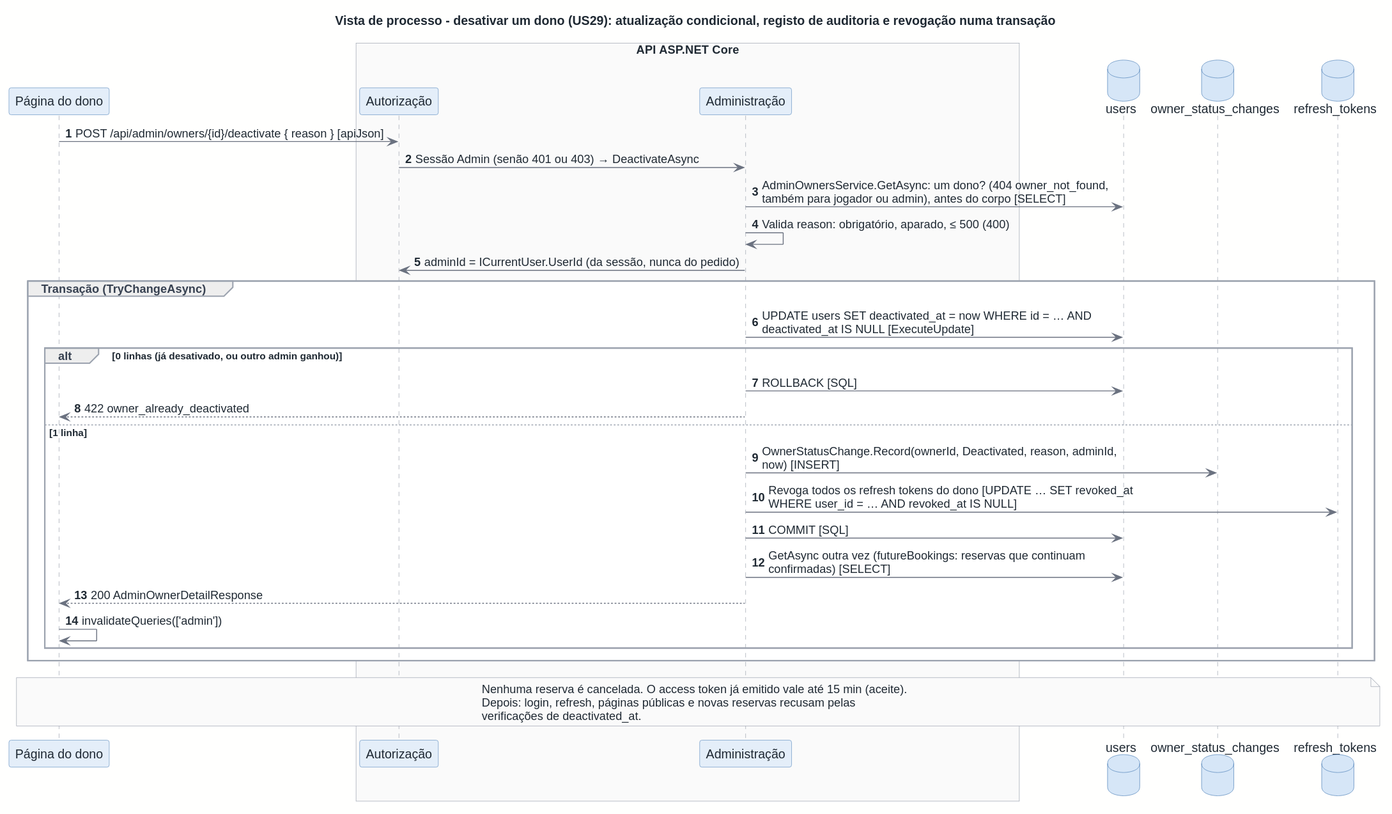
Earlier version of the PlantUML export docs/architecture/out/process-owner-deactivation.svg (rodrigo4sousa/SportsEstablishments).
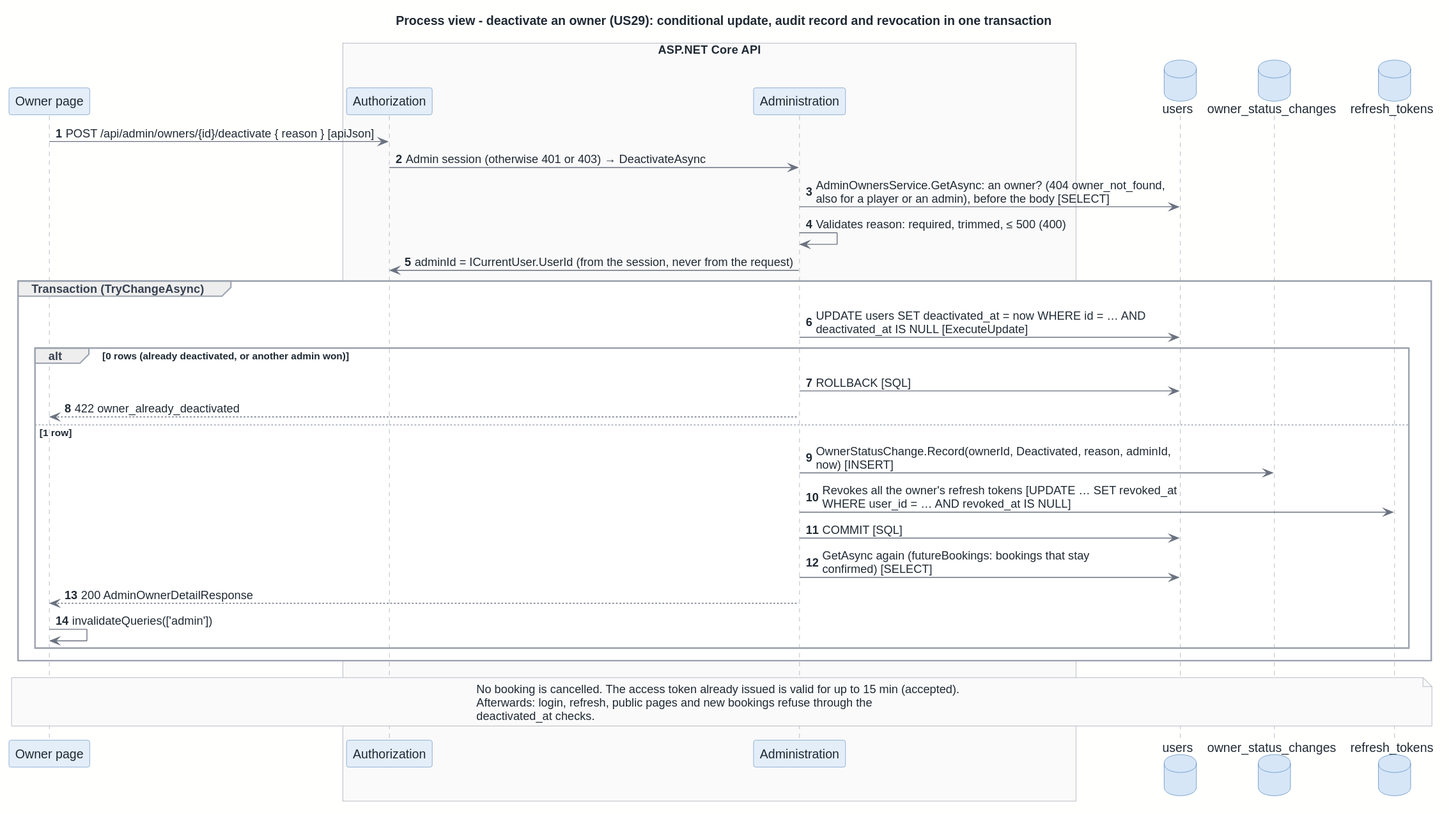
Above is the later version.

The edit, as a diff of the source:
```diff
@@ -1,36 +1,36 @@
 @startuml
 !include ../style.puml
 
-title Vista de processo - desativar um dono (US29): atualização condicional, registo de auditoria e revogação numa transação
+title Process view - deactivate an owner (US29): conditional update, audit record and revocation in one transaction
 autonumber
 
-participant "Página do dono" as WEB_F_ADMIN
-box "API ASP.NET Core"
-  participant "Autorização" as CC_AUTHZ
-  participant "Administração" as API_ADMIN
+participant "Owner page" as WEB_F_ADMIN
+box "ASP.NET Core API"
+  participant "Authorization" as CC_AUTHZ
+  participant "Administration" as API_ADMIN
 end box
 database "users" as DB_USERS
 database "owner_status_changes" as DB_STATUSCHG
 database "refresh_tokens" as DB_REFRESH
 
 WEB_F_ADMIN -> CC_AUTHZ : POST /api/admin/owners/{id}/deactivate { reason } [apiJson]
-CC_AUTHZ -> API_ADMIN : Sessão Admin (senão 401 ou 403) → DeactivateAsync
-API_ADMIN -> DB_USERS : AdminOwnersService.GetAsync: um dono? (404 owner_not_found,\ntambém para jogador ou admin), antes do corpo [SELECT]
-API_ADMIN -> API_ADMIN : Valida reason: obrigatório, aparado, ≤ 500 (400)
-API_ADMIN -> CC_AUTHZ : adminId = ICurrentUser.UserId (da sessão, nunca do pedido)
-group Transação (TryChangeAsync)
+CC_AUTHZ -> API_ADMIN : Admin session (otherwise 401 or 403) → DeactivateAsync
+API_ADMIN -> DB_USERS : AdminOwnersService.GetAsync: an owner? (404 owner_not_found,\nalso for a player or an admin), before the body [SELECT]
+API_ADMIN -> API_ADMIN : Validates reason: required, trimmed, ≤ 500 (400)
+API_ADMIN -> CC_AUTHZ : adminId = ICurrentUser.UserId (from the session, never from the request)
+group Transaction (TryChangeAsync)
   API_ADMIN -> DB_USERS : UPDATE users SET deactivated_at = now WHERE id = … AND\ndeactivated_at IS NULL [ExecuteUpdate]
-  alt 0 linhas (já desativado, ou outro admin ganhou)
+  alt 0 rows (already deactivated, or another admin won)
     API_ADMIN -> DB_USERS : ROLLBACK [SQL]
     API_ADMIN --> WEB_F_ADMIN : 422 owner_already_deactivated
-  else 1 linha
+  else 1 row
     API_ADMIN -> DB_STATUSCHG : OwnerStatusChange.Record(ownerId, Deactivated, reason, adminId,\nnow) [INSERT]
-    API_ADMIN -> DB_REFRESH : Revoga todos os refresh tokens do dono [UPDATE … SET revoked_at\nWHERE user_id = … AND revoked_at IS NULL]
+    API_ADMIN -> DB_REFRESH : Revokes all the owner's refresh tokens [UPDATE … SET revoked_at\nWHERE user_id = … AND revoked_at IS NULL]
     API_ADMIN -> DB_USERS : COMMIT [SQL]
-    API_ADMIN -> DB_USERS : GetAsync outra vez (futureBookings: reservas que continuam\nconfirmadas) [SELECT]
+    API_ADMIN -> DB_USERS : GetAsync again (futureBookings: bookings that stay\nconfirmed) [SELECT]
     API_ADMIN --> WEB_F_ADMIN : 200 AdminOwnerDetailResponse
     WEB_F_ADMIN -> WEB_F_ADMIN : invalidateQueries(['admin'])
   end
 end
-note over WEB_F_ADMIN, DB_REFRESH: Nenhuma reserva é cancelada. O access token já emitido vale até 15 min (aceite).\nDepois: login, refresh, páginas públicas e novas reservas recusam pelas\nverificações de deactivated_at.
+note over WEB_F_ADMIN, DB_REFRESH: No booking is cancelled. The access token already issued is valid for up to 15 min (accepted).\nAfterwards: login, refresh, public pages and new bookings refuse through the\ndeactivated_at checks.
 @enduml
```
